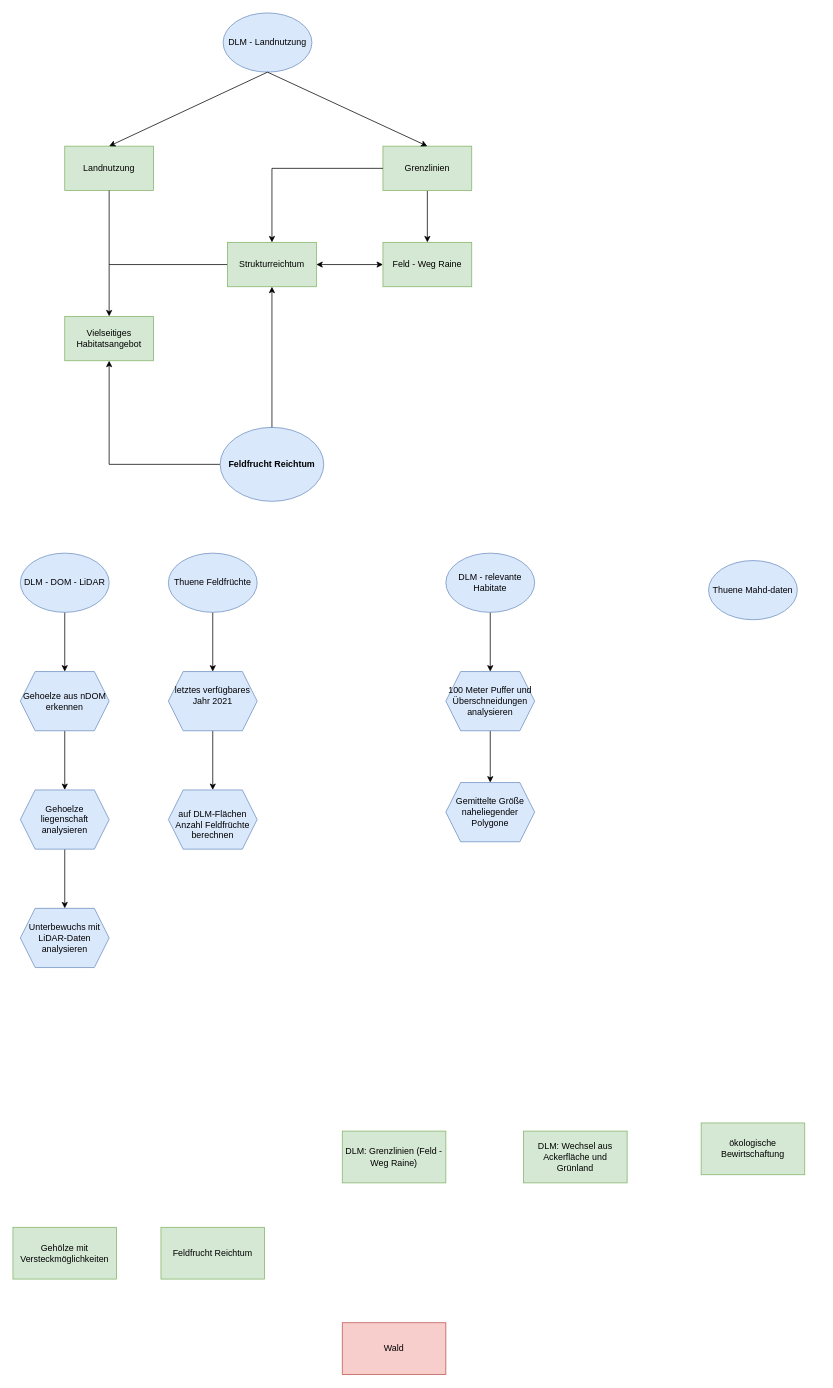
luismaecker/Tests keeps this draw.io diagram as Rebhuhn.drawio. Above is the earlier version. Source tidied: cells renumbered, new cells numbered last; positions are measured from the earlier drawing's top-left corner, leaving out a move shared by most shapes. Both pictures are drawn from the tidied source at 74%, with x=0, y=0 at pixel (13, 13).
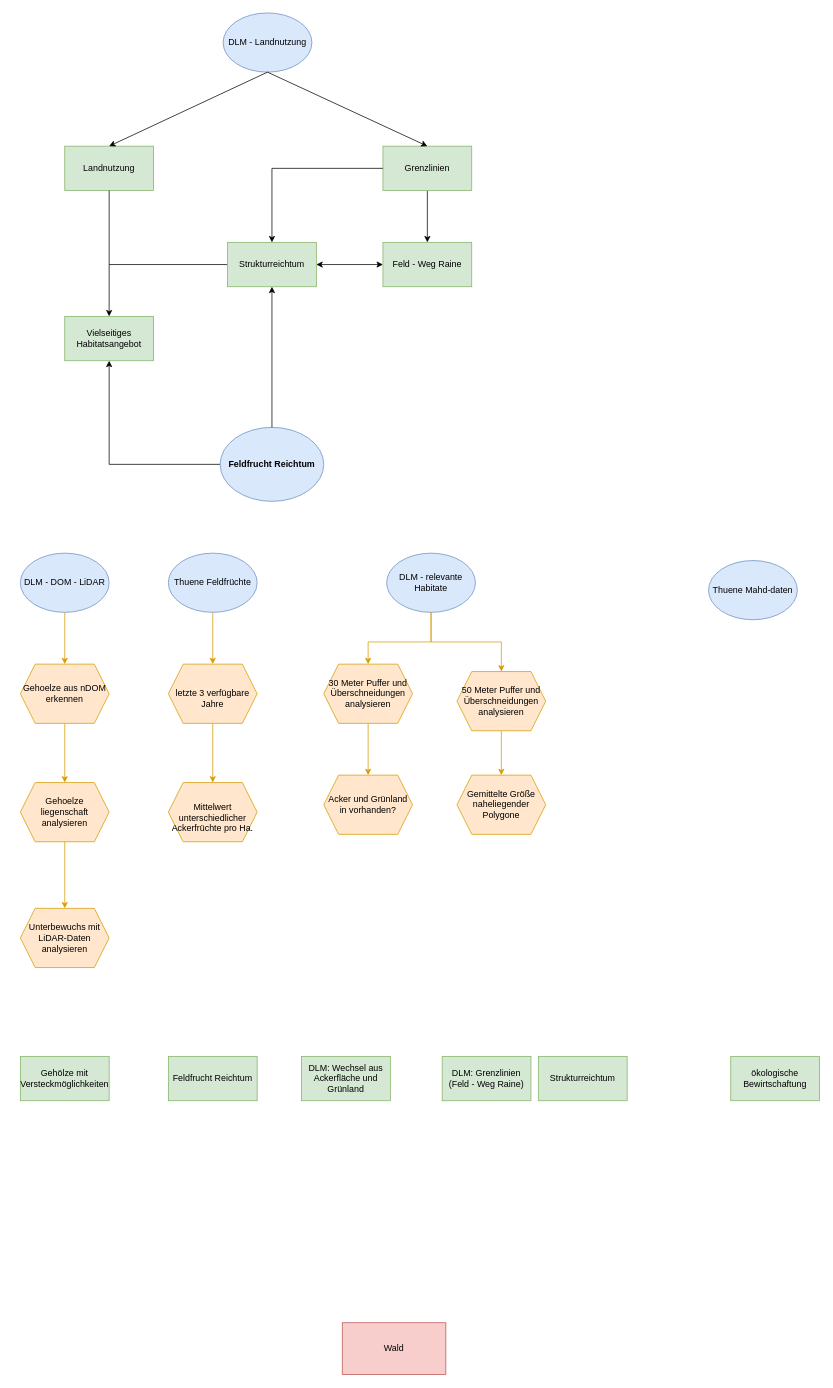
After the change.

The change refers to these unchanged cells:
```xml
<mxCell id="25" value="DLM - DOM - LiDAR" style="ellipse;whiteSpace=wrap;html=1;fillColor=#dae8fc;strokeColor=#6c8ebf;" parent="1" vertex="1">
  <mxGeometry x="10" y="730" width="120" height="80" as="geometry" />
</mxCell>
<mxCell id="29" value="Thuene Feldfrüchte" style="ellipse;whiteSpace=wrap;html=1;fillColor=#dae8fc;strokeColor=#6c8ebf;" parent="1" vertex="1">
  <mxGeometry x="210" y="730" width="120" height="80" as="geometry" />
</mxCell>
```

The edit, as a diff of the source:
```diff
@@
     <mxCell id="18" value="Gehölze mit Versteckmöglichkeiten" style="rounded=0;whiteSpace=wrap;html=1;fillColor=#d5e8d4;strokeColor=#82b366;" parent="1" vertex="1">
-      <mxGeometry y="1641" width="140" height="70" as="geometry" />
+      <mxGeometry x="10" y="1410" width="120" height="60" as="geometry" />
     </mxCell>
@@
     <mxCell id="20" value="Feldfrucht Reichtum" style="rounded=0;whiteSpace=wrap;html=1;fillColor=#d5e8d4;strokeColor=#82b366;" parent="1" vertex="1">
-      <mxGeometry x="200" y="1641" width="140" height="70" as="geometry" />
+      <mxGeometry x="210" y="1410" width="120" height="60" as="geometry" />
     </mxCell>
     <mxCell id="21" value="DLM: Grenzlinien (Feld - Weg Raine)" style="rounded=0;whiteSpace=wrap;html=1;fillColor=#d5e8d4;strokeColor=#82b366;" parent="1" vertex="1">
-      <mxGeometry x="445" y="1511" width="140" height="70" as="geometry" />
+      <mxGeometry x="580" y="1410" width="120" height="60" as="geometry" />
     </mxCell>
     <mxCell id="22" value="DLM: Wechsel aus Ackerfläche und Grünland" style="rounded=0;whiteSpace=wrap;html=1;fillColor=#d5e8d4;strokeColor=#82b366;" parent="1" vertex="1">
-      <mxGeometry x="690" y="1511" width="140" height="70" as="geometry" />
+      <mxGeometry x="390" y="1410" width="120" height="60" as="geometry" />
     </mxCell>
     <mxCell id="23" value="ökologische Bewirtschaftung" style="rounded=0;whiteSpace=wrap;html=1;fillColor=#d5e8d4;strokeColor=#82b366;" parent="1" vertex="1">
-      <mxGeometry x="930" y="1500" width="140" height="70" as="geometry" />
+      <mxGeometry x="970" y="1410" width="120" height="60" as="geometry" />
     </mxCell>
-    <mxCell id="24" style="edgeStyle=orthogonalEdgeStyle;rounded=0;jettySize=auto;html=1;" parent="1" edge="1" source="25" target="35">
+    <mxCell id="24" style="edgeStyle=orthogonalEdgeStyle;rounded=0;jettySize=auto;html=1;fillColor=#ffe6cc;strokeColor=#d79b00;" parent="1" edge="1" source="25" target="35">
       <mxGeometry relative="1" as="geometry" />
     </mxCell>
@@
-    <mxCell id="26" style="edgeStyle=orthogonalEdgeStyle;rounded=0;jettySize=auto;html=1;" parent="1" edge="1" source="27" target="41">
+    <mxCell id="26" style="edgeStyle=orthogonalEdgeStyle;rounded=0;jettySize=auto;html=1;fillColor=#ffe6cc;strokeColor=#d79b00;" parent="1" edge="1" source="27" target="41">
       <mxGeometry relative="1" as="geometry" />
     </mxCell>
     <mxCell id="27" value="DLM - relevante Habitate" style="ellipse;whiteSpace=wrap;html=1;fillColor=#dae8fc;strokeColor=#6c8ebf;" parent="1" vertex="1">
-      <mxGeometry x="585" y="730" width="120" height="80" as="geometry" />
+      <mxGeometry x="505" y="730" width="120" height="80" as="geometry" />
     </mxCell>
-    <mxCell id="28" style="edgeStyle=orthogonalEdgeStyle;rounded=0;jettySize=auto;html=1;" parent="1" edge="1" source="29" target="32">
+    <mxCell id="28" style="edgeStyle=orthogonalEdgeStyle;rounded=0;jettySize=auto;html=1;fillColor=#ffe6cc;strokeColor=#d79b00;" parent="1" edge="1" source="29" target="32">
       <mxGeometry relative="1" as="geometry" />
     </mxCell>
@@
-    <mxCell id="31" style="edgeStyle=orthogonalEdgeStyle;rounded=0;jettySize=auto;html=1;" parent="1" edge="1" source="32" target="33">
+    <mxCell id="31" style="edgeStyle=orthogonalEdgeStyle;rounded=0;jettySize=auto;html=1;fillColor=#ffe6cc;strokeColor=#d79b00;" parent="1" edge="1" source="32" target="33">
       <mxGeometry relative="1" as="geometry" />
     </mxCell>
-    <mxCell id="32" value="&#10;letztes verfügbares Jahr 2021&#10;&#10;" style="shape=hexagon;perimeter=hexagonPerimeter2;whiteSpace=wrap;html=1;fixedSize=1;fillColor=#dae8fc;strokeColor=#6c8ebf;" parent="1" vertex="1">
-      <mxGeometry x="210" y="890" width="120" height="80" as="geometry" />
+    <mxCell id="32" value="&lt;br&gt;letzte 3 verfügbare Jahre&lt;br&gt;" style="shape=hexagon;perimeter=hexagonPerimeter2;whiteSpace=wrap;html=1;fixedSize=1;fillColor=#ffe6cc;strokeColor=#d79b00;" parent="1" vertex="1">
+      <mxGeometry x="210" y="880" width="120" height="80" as="geometry" />
     </mxCell>
-    <mxCell id="33" value="&lt;br&gt;auf DLM-Flächen Anzahl Feldfrüchte berechnen&lt;br&gt;" style="shape=hexagon;perimeter=hexagonPerimeter2;whiteSpace=wrap;html=1;fixedSize=1;fillColor=#dae8fc;strokeColor=#6c8ebf;" parent="1" vertex="1">
-      <mxGeometry x="210" y="1050" width="120" height="80" as="geometry" />
+    <mxCell id="33" value="&lt;br&gt;Mittelwert unterschiedlicher Ackerfrüchte pro Ha. " style="shape=hexagon;perimeter=hexagonPerimeter2;whiteSpace=wrap;html=1;fixedSize=1;fillColor=#ffe6cc;strokeColor=#d79b00;" parent="1" vertex="1">
+      <mxGeometry x="210" y="1040" width="120" height="80" as="geometry" />
     </mxCell>
-    <mxCell id="34" style="edgeStyle=orthogonalEdgeStyle;rounded=0;jettySize=auto;html=1;" parent="1" edge="1" source="35" target="37">
+    <mxCell id="34" style="edgeStyle=orthogonalEdgeStyle;rounded=0;jettySize=auto;html=1;fillColor=#ffe6cc;strokeColor=#d79b00;" parent="1" edge="1" source="35" target="37">
       <mxGeometry relative="1" as="geometry" />
     </mxCell>
-    <mxCell id="35" value="Gehoelze aus nDOM erkennen" style="shape=hexagon;perimeter=hexagonPerimeter2;whiteSpace=wrap;html=1;fixedSize=1;fillColor=#dae8fc;strokeColor=#6c8ebf;" parent="1" vertex="1">
-      <mxGeometry x="10" y="890" width="120" height="80" as="geometry" />
+    <mxCell id="35" value="Gehoelze aus nDOM erkennen" style="shape=hexagon;perimeter=hexagonPerimeter2;whiteSpace=wrap;html=1;fixedSize=1;fillColor=#ffe6cc;strokeColor=#d79b00;" parent="1" vertex="1">
+      <mxGeometry x="10" y="880" width="120" height="80" as="geometry" />
     </mxCell>
-    <mxCell id="36" style="edgeStyle=orthogonalEdgeStyle;rounded=0;jettySize=auto;html=1;" parent="1" edge="1" source="37" target="38">
+    <mxCell id="36" style="edgeStyle=orthogonalEdgeStyle;rounded=0;jettySize=auto;html=1;fillColor=#ffe6cc;strokeColor=#d79b00;" parent="1" edge="1" source="37" target="38">
       <mxGeometry relative="1" as="geometry" />
     </mxCell>
-    <mxCell id="37" value="Gehoelze liegenschaft analysieren" style="shape=hexagon;perimeter=hexagonPerimeter2;whiteSpace=wrap;html=1;fixedSize=1;fillColor=#dae8fc;strokeColor=#6c8ebf;" parent="1" vertex="1">
-      <mxGeometry x="10" y="1050" width="120" height="80" as="geometry" />
+    <mxCell id="37" value="Gehoelze liegenschaft analysieren" style="shape=hexagon;perimeter=hexagonPerimeter2;whiteSpace=wrap;html=1;fixedSize=1;fillColor=#ffe6cc;strokeColor=#d79b00;" parent="1" vertex="1">
+      <mxGeometry x="10" y="1040" width="120" height="80" as="geometry" />
     </mxCell>
-    <mxCell id="38" value="Unterbewuchs mit LiDAR-Daten analysieren" style="shape=hexagon;perimeter=hexagonPerimeter2;whiteSpace=wrap;html=1;fixedSize=1;fillColor=#dae8fc;strokeColor=#6c8ebf;" parent="1" vertex="1">
+    <mxCell id="38" value="Unterbewuchs mit LiDAR-Daten analysieren" style="shape=hexagon;perimeter=hexagonPerimeter2;whiteSpace=wrap;html=1;fixedSize=1;fillColor=#ffe6cc;strokeColor=#d79b00;" parent="1" vertex="1">
       <mxGeometry x="10" y="1210" width="120" height="80" as="geometry" />
     </mxCell>
-    <mxCell id="39" value="Gemittelte Größe naheliegender Polygone" style="shape=hexagon;perimeter=hexagonPerimeter2;whiteSpace=wrap;html=1;fixedSize=1;fillColor=#dae8fc;strokeColor=#6c8ebf;" parent="1" vertex="1">
-      <mxGeometry x="585" y="1040" width="120" height="80" as="geometry" />
+    <mxCell id="39" value="Gemittelte Größe naheliegender Polygone" style="shape=hexagon;perimeter=hexagonPerimeter2;whiteSpace=wrap;html=1;fixedSize=1;fillColor=#ffe6cc;strokeColor=#d79b00;" parent="1" vertex="1">
+      <mxGeometry x="600" y="1030" width="120" height="80" as="geometry" />
     </mxCell>
-    <mxCell id="40" style="edgeStyle=orthogonalEdgeStyle;rounded=0;jettySize=auto;html=1;" parent="1" edge="1" source="41" target="39">
+    <mxCell id="40" style="edgeStyle=orthogonalEdgeStyle;rounded=0;jettySize=auto;html=1;fillColor=#ffe6cc;strokeColor=#d79b00;" parent="1" edge="1" source="41" target="39">
       <mxGeometry relative="1" as="geometry" />
     </mxCell>
-    <mxCell id="41" value="100 Meter Puffer und Überschneidungen analysieren" style="shape=hexagon;perimeter=hexagonPerimeter2;whiteSpace=wrap;html=1;fixedSize=1;fillColor=#dae8fc;strokeColor=#6c8ebf;" parent="1" vertex="1">
-      <mxGeometry x="585" y="890" width="120" height="80" as="geometry" />
+    <mxCell id="41" value="50 Meter Puffer und Überschneidungen analysieren" style="shape=hexagon;perimeter=hexagonPerimeter2;whiteSpace=wrap;html=1;fixedSize=1;fillColor=#ffe6cc;strokeColor=#d79b00;" parent="1" vertex="1">
+      <mxGeometry x="600" y="890" width="120" height="80" as="geometry" />
     </mxCell>
+    <mxCell id="42" style="endArrow=classic;html=1;rounded=0;exitX=0.5;exitY=1;exitDx=0;exitDy=0;entryX=0.5;entryY=0;entryDx=0;entryDy=0;fillColor=#ffe6cc;strokeColor=#d79b00;" parent="1" edge="1" source="27" target="44">
+      <mxGeometry relative="1" as="geometry">
+        <Array as="points">
+          <mxPoint x="565" y="850" />
+          <mxPoint x="480" y="850" />
+        </Array>
+      </mxGeometry>
+    </mxCell>
+    <mxCell id="43" style="edgeStyle=orthogonalEdgeStyle;rounded=0;jettySize=auto;html=1;fillColor=#ffe6cc;strokeColor=#d79b00;" parent="1" edge="1" source="44" target="45">
+      <mxGeometry relative="1" as="geometry" />
+    </mxCell>
+    <mxCell id="44" value="30 Meter Puffer und Überschneidungen analysieren" style="shape=hexagon;perimeter=hexagonPerimeter2;whiteSpace=wrap;html=1;fixedSize=1;fillColor=#ffe6cc;strokeColor=#d79b00;" parent="1" vertex="1">
+      <mxGeometry x="420" y="880" width="120" height="80" as="geometry" />
+    </mxCell>
+    <mxCell id="45" value="Acker und Grünland in vorhanden?" style="shape=hexagon;perimeter=hexagonPerimeter2;whiteSpace=wrap;html=1;fixedSize=1;fillColor=#ffe6cc;strokeColor=#d79b00;" parent="1" vertex="1">
+      <mxGeometry x="420" y="1030" width="120" height="80" as="geometry" />
+    </mxCell>
+    <mxCell id="46" value="Strukturreichtum" style="rounded=0;whiteSpace=wrap;html=1;fillColor=#d5e8d4;strokeColor=#82b366;" parent="1" vertex="1">
+      <mxGeometry x="710" y="1410" width="120" height="60" as="geometry" />
+    </mxCell>
```
